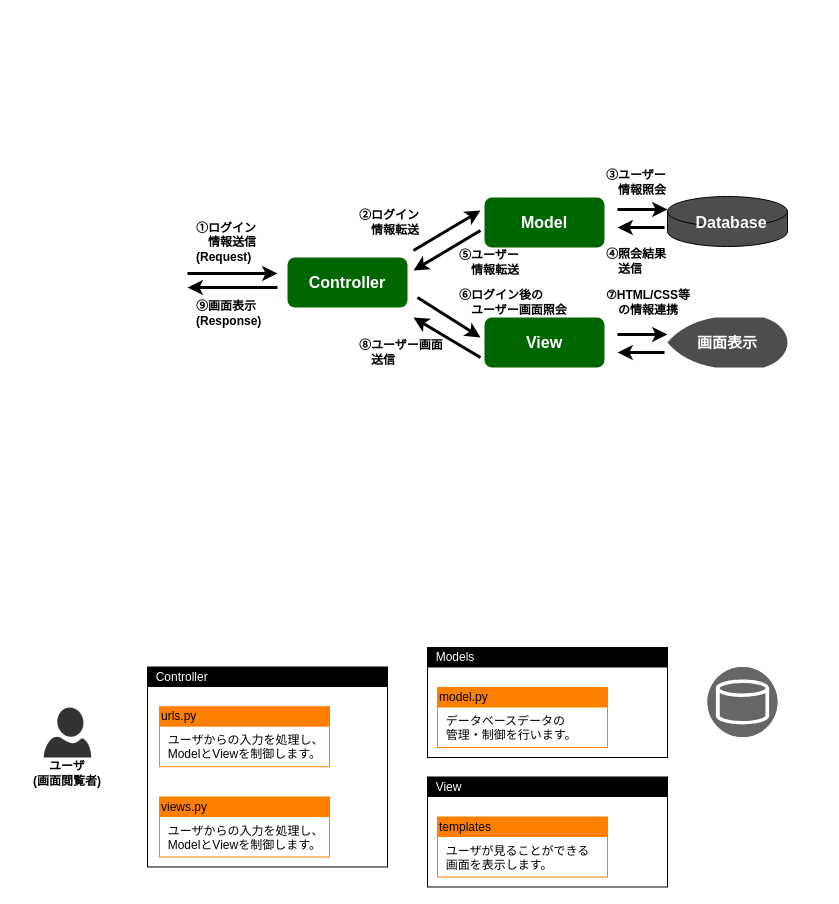
This is AWS研修_MVCモデル図.drawio from reizo0901/Doc, a draw.io file, before an edit. Source tidied: cells renumbered, new cells numbered last; positions are measured from the earlier drawing's top-left corner, leaving out a move shared by most shapes. Both pictures are drawn from the tidied source at 100%, with x=0, y=0 at pixel (17, 167).
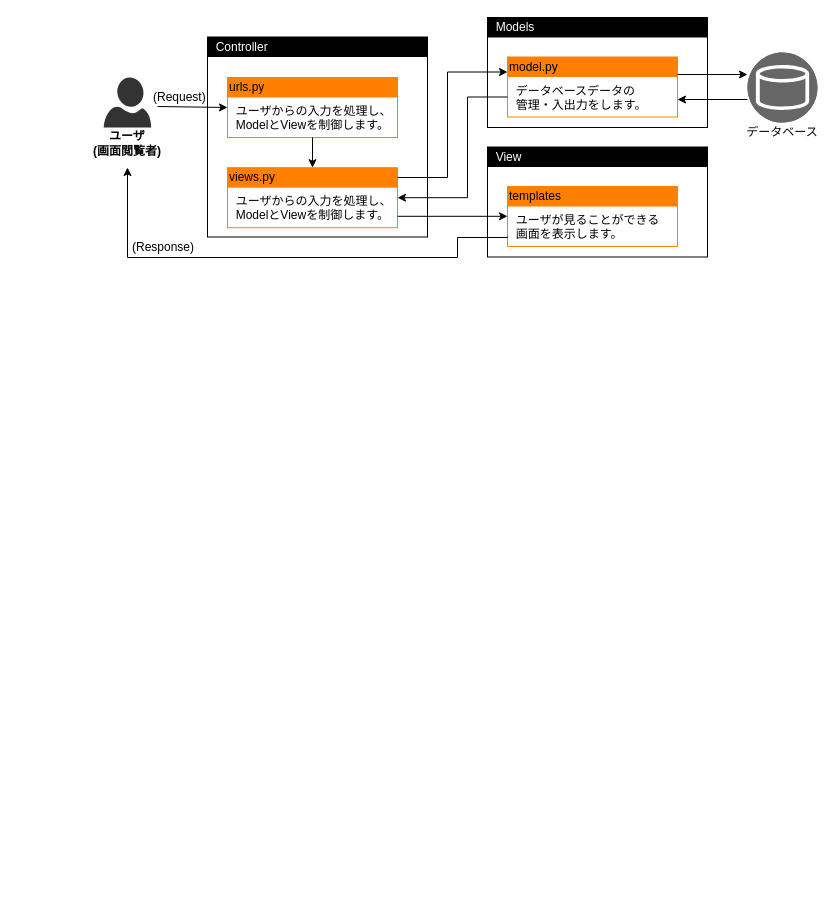
After the change.

Commit message (it also covers changes not shown here):
AWS研修_MVCモデル図.drawio を更新します

Change to the diagram source:
```diff
@@
-    <mxCell id="2" style="shape=cylinder3;whiteSpace=wrap;html=1;boundedLbl=1;backgroundOutline=1;size=15;fontSize=14;fontStyle=1;fontColor=#FFFFFF;fillColor=#4D4D4D;strokeColor=default;" parent="1" vertex="1">
-      <mxGeometry x="650" y="29" width="120" height="50" as="geometry" />
-    </mxCell>
-    <mxCell id="3" value="Model" style="rounded=1;whiteSpace=wrap;html=1;strokeColor=none;fillColor=#006600;fontColor=#FFFFFF;fontSize=16;fontStyle=1;" parent="1" vertex="1">
-      <mxGeometry x="467" y="30" width="120" height="50" as="geometry" />
-    </mxCell>
-    <mxCell id="4" value="Controller" style="rounded=1;whiteSpace=wrap;html=1;strokeColor=none;fillColor=#006600;fontColor=#FFFFFF;fontSize=16;fontStyle=1;" parent="1" vertex="1">
-      <mxGeometry x="270" y="90" width="120" height="50" as="geometry" />
-    </mxCell>
-    <mxCell id="5" value="View" style="rounded=1;whiteSpace=wrap;html=1;strokeColor=none;fillColor=#006600;fontColor=#FFFFFF;fontSize=16;fontStyle=1;" parent="1" vertex="1">
-      <mxGeometry x="467" y="150" width="120" height="50" as="geometry" />
-    </mxCell>
     <mxCell id="6" style="verticalLabelPosition=bottom;html=1;verticalAlign=top;align=center;strokeColor=none;fillColor=#333333;shape=mxgraph.azure.user;" parent="1" vertex="1">
-      <mxGeometry x="26.2" y="540" width="47.5" height="50" as="geometry" />
+      <mxGeometry x="86.2" y="-90" width="47.5" height="50" as="geometry" />
     </mxCell>
-    <mxCell id="7" style="endArrow=classic;html=1;rounded=0;strokeWidth=3;" parent="1" edge="1">
-      <mxGeometry relative="1" as="geometry">
-        <mxPoint x="170" y="106" as="sourcePoint" />
-        <mxPoint x="260" y="106" as="targetPoint" />
-      </mxGeometry>
-    </mxCell>
-    <mxCell id="8" value="①ログイン&lt;br style=&quot;font-size: 12px;&quot;&gt;　情報送信&lt;br&gt;(Request)" style="text;html=1;strokeColor=none;fillColor=none;align=left;verticalAlign=middle;whiteSpace=wrap;rounded=0;fontSize=12;fontStyle=1;" parent="1" vertex="1">
-      <mxGeometry x="177" y="60" width="100" height="30" as="geometry" />
+    <mxCell id="8" value="(Request)" style="text;html=1;strokeColor=none;fillColor=none;align=left;verticalAlign=middle;whiteSpace=wrap;rounded=0;fontSize=12;fontStyle=0;" parent="1" vertex="1">
+      <mxGeometry x="133.8" y="-85.5" width="70" height="30" as="geometry" />
     </mxCell>
-    <mxCell id="9" value="⑨画面表示&lt;br&gt;(Response)" style="text;html=1;strokeColor=none;fillColor=none;align=left;verticalAlign=middle;whiteSpace=wrap;rounded=0;fontSize=12;fontStyle=1;" parent="1" vertex="1">
-      <mxGeometry x="177" y="129" width="77" height="33" as="geometry" />
+    <mxCell id="9" value="(Response)" style="text;html=1;strokeColor=none;fillColor=none;align=left;verticalAlign=middle;whiteSpace=wrap;rounded=0;fontSize=12;fontStyle=0;" parent="1" vertex="1">
+      <mxGeometry x="113" y="69.5" width="77" height="21" as="geometry" />
     </mxCell>
-    <mxCell id="10" style="endArrow=classic;html=1;rounded=0;strokeWidth=3;" parent="1" edge="1">
-      <mxGeometry relative="1" as="geometry">
-        <mxPoint x="260" y="120" as="sourcePoint" />
-        <mxPoint x="170" y="120" as="targetPoint" />
-      </mxGeometry>
-    </mxCell>
-    <mxCell id="11" style="endArrow=classic;html=1;rounded=0;entryX=0;entryY=0.25;entryDx=0;entryDy=0;strokeWidth=3;" parent="1" edge="1">
-      <mxGeometry relative="1" as="geometry">
-        <mxPoint x="396" y="83" as="sourcePoint" />
-        <mxPoint x="463" y="43" as="targetPoint" />
-      </mxGeometry>
-    </mxCell>
-    <mxCell id="12" style="endArrow=classic;html=1;rounded=0;strokeWidth=3;exitX=0;exitY=0.75;exitDx=0;exitDy=0;" parent="1" edge="1">
-      <mxGeometry relative="1" as="geometry">
-        <mxPoint x="463" y="63" as="sourcePoint" />
-        <mxPoint x="396" y="103" as="targetPoint" />
-      </mxGeometry>
-    </mxCell>
-    <mxCell id="13" style="endArrow=classic;html=1;rounded=0;entryX=0;entryY=0.25;entryDx=0;entryDy=0;strokeWidth=3;" parent="1" edge="1">
-      <mxGeometry relative="1" as="geometry">
-        <mxPoint x="400" y="130" as="sourcePoint" />
-        <mxPoint x="463" y="170" as="targetPoint" />
-      </mxGeometry>
-    </mxCell>
-    <mxCell id="14" style="endArrow=classic;html=1;rounded=0;strokeWidth=3;exitX=0;exitY=0.75;exitDx=0;exitDy=0;" parent="1" edge="1">
-      <mxGeometry relative="1" as="geometry">
-        <mxPoint x="463" y="190" as="sourcePoint" />
-        <mxPoint x="396" y="150" as="targetPoint" />
-      </mxGeometry>
-    </mxCell>
-    <mxCell id="15" style="endArrow=classic;html=1;rounded=0;strokeWidth=3;" parent="1" edge="1">
-      <mxGeometry relative="1" as="geometry">
-        <mxPoint x="600" y="42" as="sourcePoint" />
-        <mxPoint x="650" y="42" as="targetPoint" />
-      </mxGeometry>
-    </mxCell>
-    <mxCell id="16" style="endArrow=classic;html=1;rounded=0;strokeWidth=3;exitX=0;exitY=0.75;exitDx=0;exitDy=0;" parent="1" edge="1">
-      <mxGeometry relative="1" as="geometry">
-        <mxPoint x="647" y="60" as="sourcePoint" />
-        <mxPoint x="600" y="60" as="targetPoint" />
-      </mxGeometry>
-    </mxCell>
-    <mxCell id="17" style="endArrow=classic;html=1;rounded=0;strokeWidth=3;" parent="1" edge="1">
-      <mxGeometry relative="1" as="geometry">
-        <mxPoint x="600" y="167" as="sourcePoint" />
-        <mxPoint x="650" y="167" as="targetPoint" />
-      </mxGeometry>
-    </mxCell>
-    <mxCell id="18" style="endArrow=classic;html=1;rounded=0;strokeWidth=3;exitX=0;exitY=0.75;exitDx=0;exitDy=0;" parent="1" edge="1">
-      <mxGeometry relative="1" as="geometry">
-        <mxPoint x="647" y="185" as="sourcePoint" />
-        <mxPoint x="600" y="185" as="targetPoint" />
-      </mxGeometry>
-    </mxCell>
     <mxCell id="19" value="ユーザ&lt;br&gt;(画面閲覧者)" style="text;html=1;strokeColor=none;fillColor=none;align=center;verticalAlign=middle;whiteSpace=wrap;rounded=0;fontSize=12;fontStyle=1;" parent="1" vertex="1">
-      <mxGeometry y="591" width="100" height="30" as="geometry" />
+      <mxGeometry x="60" y="-39" width="100" height="30" as="geometry" />
     </mxCell>
-    <mxCell id="20" value="②ログイン&lt;br&gt;　情報転送" style="text;html=1;strokeColor=none;fillColor=none;align=left;verticalAlign=middle;whiteSpace=wrap;rounded=0;fontSize=12;fontStyle=1;" parent="1" vertex="1">
-      <mxGeometry x="340" y="40" width="100" height="30" as="geometry" />
-    </mxCell>
-    <mxCell id="21" value="⑤ユーザー&lt;br&gt;　情報転送" style="text;html=1;strokeColor=none;fillColor=none;align=left;verticalAlign=middle;whiteSpace=wrap;rounded=0;fontSize=12;fontStyle=1;" parent="1" vertex="1">
-      <mxGeometry x="440" y="80" width="90" height="30" as="geometry" />
-    </mxCell>
-    <mxCell id="22" value="③ユーザー&lt;br&gt;　情報照会" style="text;html=1;strokeColor=none;fillColor=none;align=left;verticalAlign=middle;whiteSpace=wrap;rounded=0;fontSize=12;fontStyle=1;" parent="1" vertex="1">
-      <mxGeometry x="587" width="83" height="30" as="geometry" />
-    </mxCell>
-    <mxCell id="23" value="④照会結果&lt;br&gt;　送信" style="text;html=1;strokeColor=none;fillColor=none;align=left;verticalAlign=middle;whiteSpace=wrap;rounded=0;fontSize=12;fontStyle=1;" parent="1" vertex="1">
-      <mxGeometry x="587" y="79" width="83" height="30" as="geometry" />
-    </mxCell>
-    <mxCell id="24" value="⑥ログイン後の&lt;br&gt;　ユーザー画面照会" style="text;html=1;strokeColor=none;fillColor=none;align=left;verticalAlign=middle;whiteSpace=wrap;rounded=0;fontSize=12;fontStyle=1;" parent="1" vertex="1">
-      <mxGeometry x="440" y="120" width="110" height="30" as="geometry" />
-    </mxCell>
-    <mxCell id="25" value="⑧ユーザー画面&lt;br&gt;　送信" style="text;html=1;strokeColor=none;fillColor=none;align=left;verticalAlign=middle;whiteSpace=wrap;rounded=0;fontSize=12;fontStyle=1;" parent="1" vertex="1">
-      <mxGeometry x="340" y="170" width="100" height="30" as="geometry" />
-    </mxCell>
-    <mxCell id="26" value="⑦HTML/CSS等&lt;br&gt;　の情報連携" style="text;html=1;strokeColor=none;fillColor=none;align=left;verticalAlign=middle;whiteSpace=wrap;rounded=0;fontSize=12;fontStyle=1;" parent="1" vertex="1">
-      <mxGeometry x="587" y="120" width="100" height="30" as="geometry" />
-    </mxCell>
-    <mxCell id="27" value="Database" style="text;html=1;strokeColor=none;fillColor=none;align=center;verticalAlign=middle;whiteSpace=wrap;rounded=0;fontStyle=1;fontColor=#FFFFFF;fontSize=16;" parent="1" vertex="1">
-      <mxGeometry x="671" y="40" width="86" height="30" as="geometry" />
-    </mxCell>
-    <mxCell id="28" value="画面表示" style="strokeWidth=2;html=1;shape=mxgraph.flowchart.display;whiteSpace=wrap;fillColor=#4D4D4D;strokeColor=none;fontColor=#FFFFFF;fontStyle=1;fontSize=15;" parent="1" vertex="1">
-      <mxGeometry x="650" y="150" width="120" height="50" as="geometry" />
-    </mxCell>
     <mxCell id="29" style="rounded=0;whiteSpace=wrap;html=1;" parent="1" vertex="1">
-      <mxGeometry x="130" y="499.5" width="240" height="200" as="geometry" />
+      <mxGeometry x="190" y="-130.5" width="220" height="200" as="geometry" />
     </mxCell>
     <mxCell id="30" value="&amp;nbsp; Controller" style="text;html=1;strokeColor=none;fillColor=#000000;align=left;verticalAlign=middle;whiteSpace=wrap;rounded=0;fontSize=12;fontStyle=0;fontColor=#FFFFFF;" parent="1" vertex="1">
-      <mxGeometry x="130" y="499.5" width="240" height="20" as="geometry" />
+      <mxGeometry x="190" y="-130.5" width="220" height="20" as="geometry" />
     </mxCell>
     <mxCell id="31" style="rounded=0;whiteSpace=wrap;html=1;" parent="1" vertex="1">
-      <mxGeometry x="410" y="609.5" width="240" height="110" as="geometry" />
+      <mxGeometry x="470" y="-20.5" width="220" height="110" as="geometry" />
     </mxCell>
     <mxCell id="32" value="&amp;nbsp; View" style="text;html=1;strokeColor=none;fillColor=#000000;align=left;verticalAlign=middle;whiteSpace=wrap;rounded=0;fontSize=12;fontStyle=0;fontColor=#FFFFFF;" parent="1" vertex="1">
-      <mxGeometry x="410" y="609.5" width="240" height="20" as="geometry" />
+      <mxGeometry x="470" y="-20.5" width="220" height="20" as="geometry" />
     </mxCell>
     <mxCell id="33" style="rounded=0;whiteSpace=wrap;html=1;" parent="1" vertex="1">
-      <mxGeometry x="410" y="480" width="240" height="110" as="geometry" />
+      <mxGeometry x="470" y="-150" width="220" height="110" as="geometry" />
     </mxCell>
     <mxCell id="34" value="&amp;nbsp; Models" style="text;html=1;strokeColor=none;fillColor=#000000;align=left;verticalAlign=middle;whiteSpace=wrap;rounded=0;fontSize=12;fontStyle=0;fontColor=#FFFFFF;" parent="1" vertex="1">
-      <mxGeometry x="410" y="480" width="240" height="20" as="geometry" />
+      <mxGeometry x="470" y="-150" width="220" height="20" as="geometry" />
     </mxCell>
     <mxCell id="35" style="rounded=0;whiteSpace=wrap;html=1;strokeColor=#ff8000;" parent="1" vertex="1">
-      <mxGeometry x="142" y="539.2" width="170" height="60" as="geometry" />
+      <mxGeometry x="210" y="-90" width="170" height="60" as="geometry" />
     </mxCell>
     <mxCell id="36" value="&amp;nbsp; ユーザからの入力を処理し、&lt;br&gt;&amp;nbsp; ModelとViewを制御します。" style="text;html=1;strokeColor=none;fillColor=none;align=left;verticalAlign=top;whiteSpace=wrap;rounded=0;" parent="1" vertex="1">
-      <mxGeometry x="142" y="559.2" width="170" height="40" as="geometry" />
+      <mxGeometry x="210" y="-70" width="170" height="40" as="geometry" />
     </mxCell>
     <mxCell id="37" value="urls.py" style="text;html=1;strokeColor=none;fillColor=#FF8000;align=left;verticalAlign=middle;whiteSpace=wrap;rounded=0;fontSize=12;fontStyle=0;" parent="1" vertex="1">
-      <mxGeometry x="142" y="539.2" width="170" height="20" as="geometry" />
+      <mxGeometry x="210" y="-90" width="170" height="20" as="geometry" />
     </mxCell>
     <mxCell id="38" style="rounded=0;whiteSpace=wrap;html=1;strokeColor=#ff8000;" parent="1" vertex="1">
-      <mxGeometry x="142" y="629.5" width="170" height="60" as="geometry" />
+      <mxGeometry x="210" y="0.2" width="170" height="60" as="geometry" />
     </mxCell>
     <mxCell id="39" value="views.py" style="text;html=1;strokeColor=none;fillColor=#FF8000;align=left;verticalAlign=middle;whiteSpace=wrap;rounded=0;fontSize=12;fontStyle=0;" parent="1" vertex="1">
-      <mxGeometry x="142" y="629.5" width="170" height="20" as="geometry" />
+      <mxGeometry x="210" y="0.2" width="170" height="20" as="geometry" />
     </mxCell>
+    <mxCell id="48" style="edgeStyle=orthogonalEdgeStyle;rounded=0;jettySize=auto;html=1;entryX=0;entryY=0.75;entryDx=0;entryDy=0;" parent="1" edge="1" target="42">
+      <mxGeometry relative="1" as="geometry">
+        <mxPoint x="380" y="10" as="sourcePoint" />
+        <Array as="points">
+          <mxPoint x="380" y="10" />
+          <mxPoint x="430" y="10" />
+          <mxPoint x="430" y="-95" />
+        </Array>
+      </mxGeometry>
+    </mxCell>
     <mxCell id="40" value="&amp;nbsp; ユーザからの入力を処理し、&lt;br&gt;&amp;nbsp; ModelとViewを制御します。" style="text;html=1;strokeColor=none;fillColor=none;align=left;verticalAlign=top;whiteSpace=wrap;rounded=0;" parent="1" vertex="1">
-      <mxGeometry x="142" y="649.5" width="170" height="40" as="geometry" />
+      <mxGeometry x="210" y="20.2" width="170" height="40" as="geometry" />
     </mxCell>
     <mxCell id="41" style="rounded=0;whiteSpace=wrap;html=1;strokeColor=#ff8000;" parent="1" vertex="1">
-      <mxGeometry x="420" y="520" width="170" height="60" as="geometry" />
+      <mxGeometry x="490" y="-110.5" width="170" height="60" as="geometry" />
     </mxCell>
     <mxCell id="42" value="model.py" style="text;html=1;strokeColor=none;fillColor=#FF8000;align=left;verticalAlign=middle;whiteSpace=wrap;rounded=0;fontSize=12;fontStyle=0;" parent="1" vertex="1">
-      <mxGeometry x="420" y="520" width="170" height="20" as="geometry" />
+      <mxGeometry x="490" y="-110.5" width="170" height="20" as="geometry" />
     </mxCell>
+    <mxCell id="49" style="edgeStyle=orthogonalEdgeStyle;rounded=0;jettySize=auto;html=1;exitX=0;exitY=0.5;exitDx=0;exitDy=0;entryX=1;entryY=0.25;entryDx=0;entryDy=0;" parent="1" edge="1" source="43" target="40">
+      <mxGeometry relative="1" as="geometry">
+        <Array as="points">
+          <mxPoint x="450" y="-70" />
+          <mxPoint x="450" y="30" />
+        </Array>
+      </mxGeometry>
+    </mxCell>
-    <mxCell id="43" value="&amp;nbsp; データベースデータの&lt;br&gt;&amp;nbsp; 管理・制御を行います。" style="text;html=1;strokeColor=none;fillColor=none;align=left;verticalAlign=top;whiteSpace=wrap;rounded=0;" parent="1" vertex="1">
-      <mxGeometry x="420" y="540" width="150" height="40" as="geometry" />
+    <mxCell id="43" value="&amp;nbsp; データベースデータの&lt;br&gt;&amp;nbsp; 管理・入出力をします。" style="text;html=1;strokeColor=none;fillColor=none;align=left;verticalAlign=top;whiteSpace=wrap;rounded=0;" parent="1" vertex="1">
+      <mxGeometry x="490" y="-90.5" width="150" height="40" as="geometry" />
     </mxCell>
     <mxCell id="44" style="rounded=0;whiteSpace=wrap;html=1;strokeColor=#ff8000;" parent="1" vertex="1">
-      <mxGeometry x="420" y="649.5" width="170" height="60" as="geometry" />
+      <mxGeometry x="490" y="19" width="170" height="60" as="geometry" />
     </mxCell>
     <mxCell id="45" value="templates" style="text;html=1;strokeColor=none;fillColor=#FF8000;align=left;verticalAlign=middle;whiteSpace=wrap;rounded=0;fontSize=12;fontStyle=0;" parent="1" vertex="1">
-      <mxGeometry x="420" y="649.5" width="170" height="20" as="geometry" />
+      <mxGeometry x="490" y="19" width="170" height="20" as="geometry" />
     </mxCell>
+    <mxCell id="50" style="edgeStyle=orthogonalEdgeStyle;rounded=0;jettySize=auto;html=1;exitX=0;exitY=0.75;exitDx=0;exitDy=0;" parent="1" edge="1" source="46">
+      <mxGeometry relative="1" as="geometry">
+        <mxPoint x="110" as="targetPoint" />
+        <Array as="points">
+          <mxPoint x="440" y="70" />
+          <mxPoint x="440" y="90" />
+          <mxPoint x="110" y="90" />
+        </Array>
+      </mxGeometry>
+    </mxCell>
     <mxCell id="46" value="&amp;nbsp; ユーザが見ることができる&lt;br&gt;&amp;nbsp; 画面を表示します。" style="text;html=1;strokeColor=none;fillColor=none;align=left;verticalAlign=top;whiteSpace=wrap;rounded=0;" parent="1" vertex="1">
-      <mxGeometry x="420" y="669.5" width="170" height="40" as="geometry" />
+      <mxGeometry x="490" y="39" width="170" height="40" as="geometry" />
     </mxCell>
     <mxCell id="47" style="fillColor=#666666;verticalLabelPosition=bottom;sketch=0;html=1;strokeColor=#ffffff;verticalAlign=top;align=center;shape=mxgraph.cisco_safe.compositeIcon;bgIcon=ellipse;resIcon=mxgraph.cisco_safe.capability.database;" parent="1" vertex="1">
-      <mxGeometry x="690" y="499.5" width="70" height="70" as="geometry" />
+      <mxGeometry x="730" y="-115" width="70" height="70" as="geometry" />
     </mxCell>
+    <mxCell id="7" style="endArrow=classic;html=1;rounded=0;strokeWidth=1;entryX=0;entryY=0.25;entryDx=0;entryDy=0;" parent="1" edge="1" target="36">
+      <mxGeometry relative="1" as="geometry">
+        <mxPoint x="140" y="-61" as="sourcePoint" />
+      </mxGeometry>
+    </mxCell>
+    <mxCell id="51" style="endArrow=classic;html=1;rounded=0;strokeWidth=1;entryX=0.5;entryY=0;entryDx=0;entryDy=0;exitX=0.5;exitY=1;exitDx=0;exitDy=0;" parent="1" edge="1" source="36" target="39">
+      <mxGeometry relative="1" as="geometry" />
+    </mxCell>
+    <mxCell id="52" style="endArrow=classic;html=1;rounded=0;strokeWidth=1;" parent="1" edge="1">
+      <mxGeometry relative="1" as="geometry">
+        <mxPoint x="730" y="-68" as="sourcePoint" />
+        <mxPoint x="660" y="-68" as="targetPoint" />
+      </mxGeometry>
+    </mxCell>
+    <mxCell id="53" style="endArrow=classic;html=1;rounded=0;strokeWidth=1;" parent="1" edge="1">
+      <mxGeometry relative="1" as="geometry">
+        <mxPoint x="660" y="-93" as="sourcePoint" />
+        <mxPoint x="730" y="-93" as="targetPoint" />
+      </mxGeometry>
+    </mxCell>
+    <mxCell id="54" style="endArrow=classic;html=1;rounded=0;strokeWidth=1;entryX=0;entryY=0.025;entryDx=0;entryDy=0;entryPerimeter=0;" parent="1" edge="1">
+      <mxGeometry relative="1" as="geometry">
+        <mxPoint x="380" y="48.8" as="sourcePoint" />
+        <mxPoint x="490" y="48.8" as="targetPoint" />
+      </mxGeometry>
+    </mxCell>
+    <mxCell id="55" value="データベース" style="text;html=1;strokeColor=none;fillColor=none;align=center;verticalAlign=middle;whiteSpace=wrap;rounded=0;" parent="1" vertex="1">
+      <mxGeometry x="725" y="-50.5" width="80" height="30" as="geometry" />
+    </mxCell>
```
